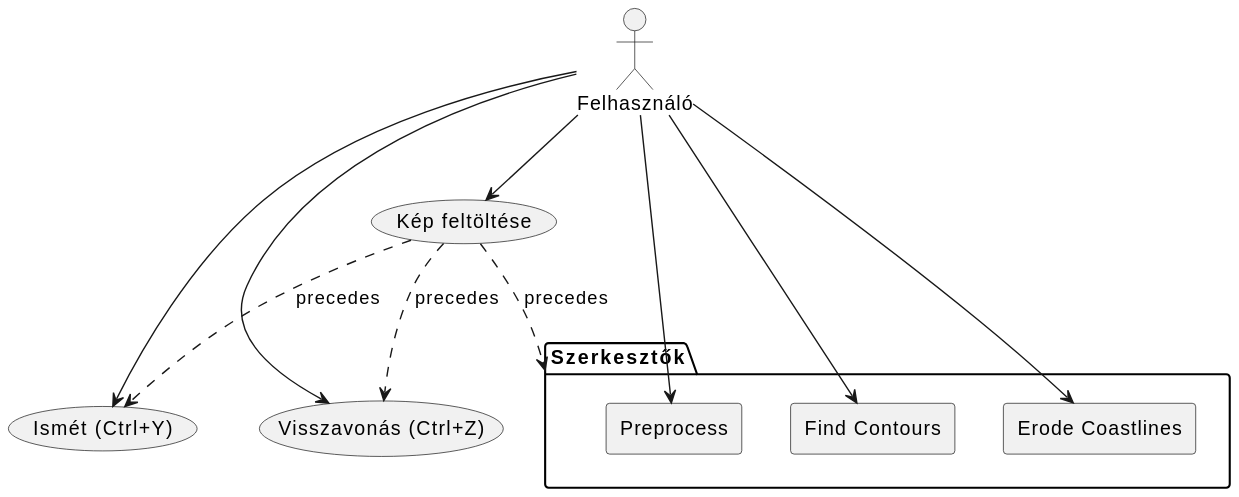
Earlier version of the PlantUML export documentation/Overall.svg (JasonBlackth/img-to-map). Source of this version:
```plantuml
@startuml
top to bottom direction
usecase (U) as "Kép feltöltése"

usecase (UnD) as "Visszavonás (Ctrl+Z)"
usecase (R) as "Ismét (Ctrl+Y)"

package "Szerkesztők" as Editors{
    rectangle P as "Preprocess"
    rectangle F as "Find Contours"
    rectangle E as "Erode Coastlines"
}

actor :Felhasználó: as User

User --> (U)
User --> (UnD)
User --> (R)
User --> (P)
User --> (F)
User --> (E)

U ..> Editors : precedes
U ..> UnD : precedes
U ..> R : precedes
@enduml
```
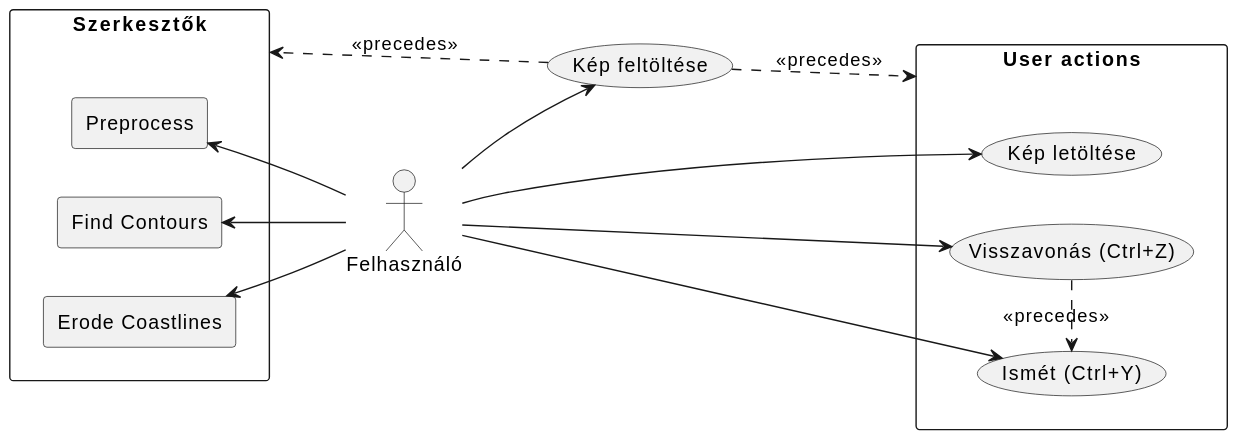
Above is the later version.

Change to the diagram source:
```diff
@@ -1,11 +1,14 @@
 @startuml
-top to bottom direction
+left to right direction
+
 usecase (U) as "Kép feltöltése"
 
-usecase (UnD) as "Visszavonás (Ctrl+Z)"
-usecase (R) as "Ismét (Ctrl+Y)"
-
-package "Szerkesztők" as Editors{
+rectangle "User actions" as UA{
+    usecase (UnD) as "Visszavonás (Ctrl+Z)"
+    usecase (R) as "Ismét (Ctrl+Y)"
+    usecase (D) as "Kép letöltése"
+}
+rectangle "Szerkesztők" as Editors{
     rectangle P as "Preprocess"
     rectangle F as "Find Contours"
     rectangle E as "Erode Coastlines"
@@ -14,13 +17,14 @@
 actor :Felhasználó: as User
 
 User --> (U)
-User --> (UnD)
-User --> (R)
-User --> (P)
-User --> (F)
-User --> (E)
+User -d-> (UnD)
+User -d-> (R)
+User -d-> (D)
+User -u-> (E)
+User -u-> (F)
+User -u-> (P)
 
-U ..> Editors : precedes
-U ..> UnD : precedes
-U ..> R : precedes
+U ..> Editors : <<precedes>>
+U ..> UA : <<precedes>>
+UnD .r.> R : <<precedes>>
 @enduml
```
